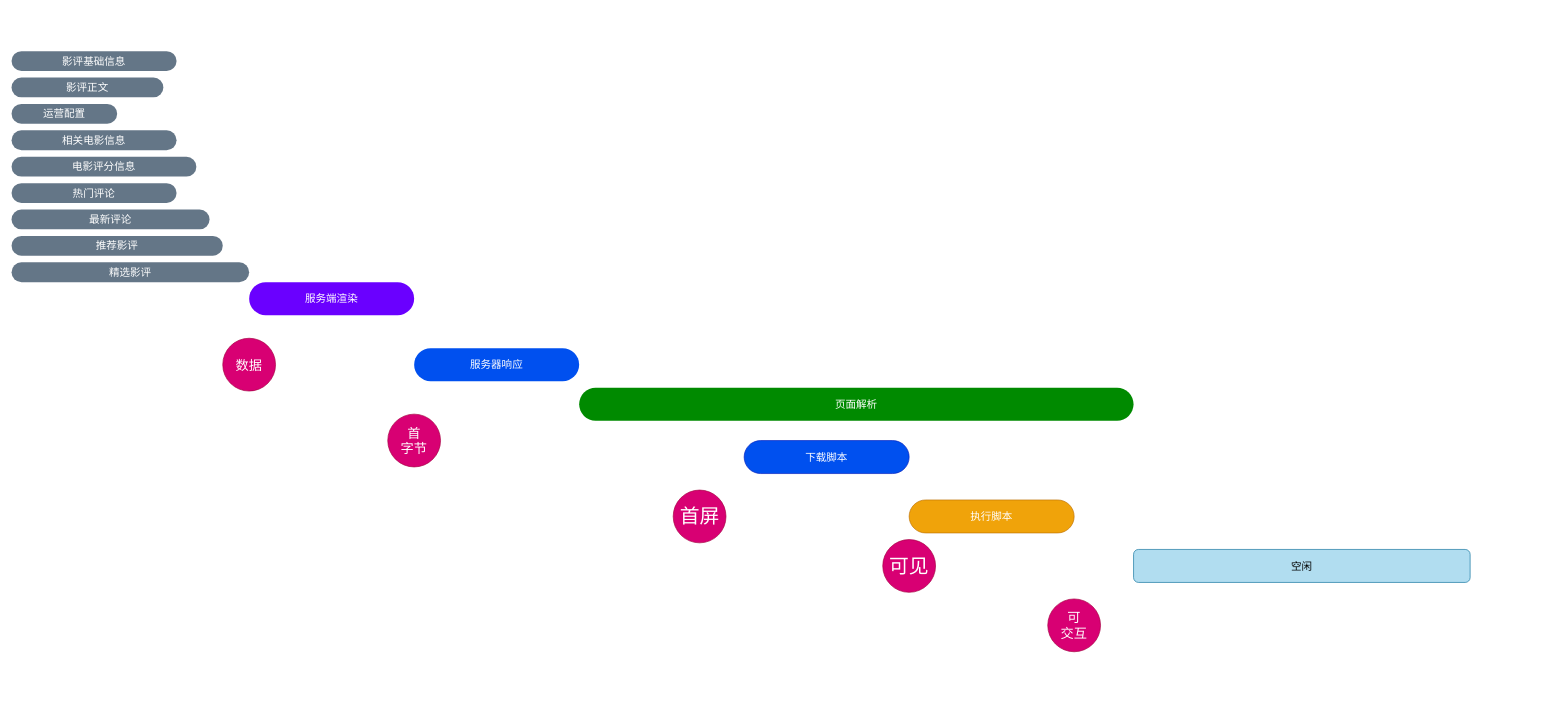
Before: fetch-pipeline.drawio in binggg/draw, a draw.io diagram. Source tidied: cells renumbered, new cells numbered last; positions are measured from the earlier drawing's top-left corner, leaving out a move shared by most shapes. Both pictures are drawn from the tidied source at 66%, with x=0, y=0 at pixel (11, 51).
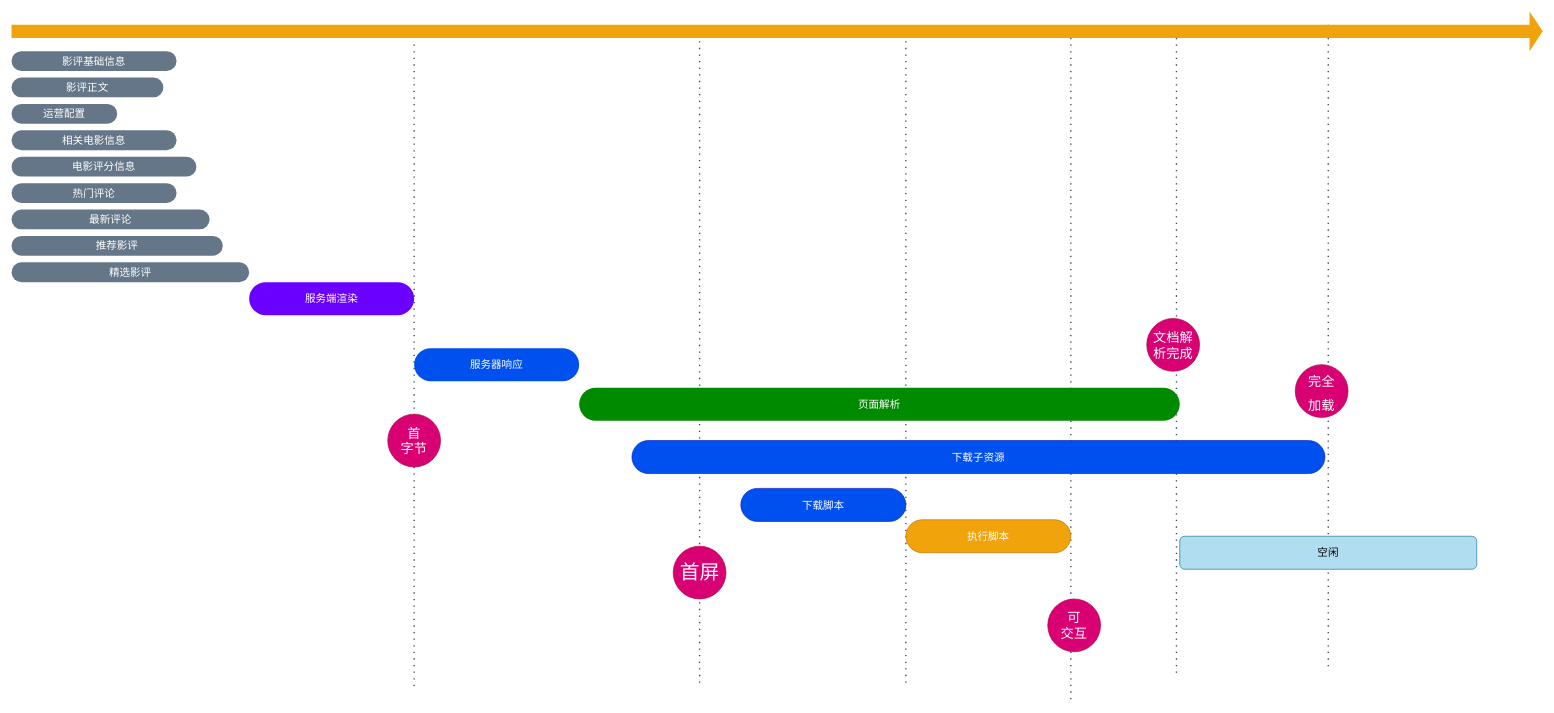
Above is the later version.

Change to the diagram source:
```diff
@@
+    <mxCell id="22" style="line;strokeWidth=2;direction=south;html=1;fontFamily=Verdana;fontSize=16;fontColor=#ffffff;fillColor=#647687;strokeColor=#314354;dashed=1;dashPattern=1 4;" parent="1" vertex="1">
+      <mxGeometry x="1760" y="-30" width="10" height="980" as="geometry" />
+    </mxCell>
+    <mxCell id="23" style="line;strokeWidth=2;direction=south;html=1;fontFamily=Verdana;fontSize=16;fontColor=#ffffff;fillColor=#647687;strokeColor=#314354;dashed=1;dashPattern=1 4;" parent="1" vertex="1">
+      <mxGeometry x="1990" y="-40" width="10" height="980" as="geometry" />
+    </mxCell>
+    <mxCell id="24" style="line;strokeWidth=2;direction=south;html=1;fontFamily=Verdana;fontSize=16;fontColor=#ffffff;fillColor=#647687;strokeColor=#314354;dashed=1;dashPattern=1 4;" parent="1" vertex="1">
+      <mxGeometry x="1600" y="-30" width="10" height="1015" as="geometry" />
+    </mxCell>
+    <mxCell id="25" style="line;strokeWidth=2;direction=south;html=1;fontFamily=Verdana;fontSize=16;fontColor=#ffffff;fillColor=#647687;strokeColor=#314354;dashed=1;dashPattern=1 4;" parent="1" vertex="1">
+      <mxGeometry x="1350" y="-15" width="10" height="980" as="geometry" />
+    </mxCell>
+    <mxCell id="26" style="line;strokeWidth=2;direction=south;html=1;fontFamily=Verdana;fontSize=16;fontColor=#ffffff;fillColor=#647687;strokeColor=#314354;dashed=1;dashPattern=1 4;" parent="1" vertex="1">
+      <mxGeometry x="1037.5" y="-15" width="10" height="980" as="geometry" />
+    </mxCell>
+    <mxCell id="27" style="line;strokeWidth=2;direction=south;html=1;fontFamily=Verdana;fontSize=16;fontColor=#ffffff;fillColor=#647687;strokeColor=#314354;dashed=1;dashPattern=1 4;" parent="1" vertex="1">
+      <mxGeometry x="605" y="-10" width="10" height="980" as="geometry" />
+    </mxCell>
@@
     <mxCell id="13" value="页面解析" style="rounded=1;whiteSpace=wrap;html=1;fillColor=#008a00;strokeColor=none;fontColor=#ffffff;arcSize=50;fontSize=16;" parent="1" vertex="1">
-      <mxGeometry x="860" y="510" width="840" height="50" as="geometry" />
+      <mxGeometry x="860" y="510" width="910" height="50" as="geometry" />
     </mxCell>
     <mxCell id="14" value="下载脚本" style="rounded=1;whiteSpace=wrap;html=1;fillColor=#0050ef;strokeColor=#001DBC;fontColor=#ffffff;arcSize=50;fontSize=16;" parent="1" vertex="1">
-      <mxGeometry x="1110" y="590" width="250" height="50" as="geometry" />
+      <mxGeometry x="1105" y="662.5" width="250" height="50" as="geometry" />
     </mxCell>
     <mxCell id="15" value="执行脚本" style="rounded=1;whiteSpace=wrap;html=1;fillColor=#f0a30a;strokeColor=#BD7000;fontColor=#ffffff;arcSize=50;fontSize=16;" parent="1" vertex="1">
-      <mxGeometry x="1360" y="680" width="250" height="50" as="geometry" />
+      <mxGeometry x="1355" y="710" width="250" height="50" as="geometry" />
     </mxCell>
     <mxCell id="16" value="空闲" style="rounded=1;whiteSpace=wrap;html=1;fillColor=#b1ddf0;strokeColor=#10739e;fontSize=16;" parent="1" vertex="1">
-      <mxGeometry x="1700" y="755" width="510" height="50" as="geometry" />
+      <mxGeometry x="1770" y="735" width="450" height="50" as="geometry" />
     </mxCell>
-    <mxCell id="17" value="数据" style="ellipse;whiteSpace=wrap;html=1;fontFamily=Verdana;fontSize=20;fontColor=#ffffff;fillColor=#d80073;strokeColor=#A50040;" parent="1" vertex="1">
-      <mxGeometry x="320" y="435" width="80" height="80" as="geometry" />
-    </mxCell>
-    <mxCell id="18" value="可见" style="ellipse;whiteSpace=wrap;html=1;fontFamily=Verdana;fontSize=30;fontColor=#ffffff;fillColor=#d80073;strokeColor=#A50040;" parent="1" vertex="1">
-      <mxGeometry x="1320" y="740" width="80" height="80" as="geometry" />
+    <mxCell id="18" value="&lt;font style=&quot;font-size: 20px&quot;&gt;完全&lt;br&gt;加载&lt;/font&gt;" style="ellipse;whiteSpace=wrap;html=1;fontFamily=Verdana;fontSize=30;fontColor=#ffffff;fillColor=#d80073;strokeColor=#A50040;" parent="1" vertex="1">
+      <mxGeometry x="1945" y="475" width="80" height="80" as="geometry" />
     </mxCell>
@@
     <mxCell id="20" value="首屏" style="ellipse;whiteSpace=wrap;html=1;fontFamily=Verdana;fontSize=30;fontColor=#ffffff;fillColor=#d80073;strokeColor=#A50040;" parent="1" vertex="1">
-      <mxGeometry x="1002.5" y="665" width="80" height="80" as="geometry" />
+      <mxGeometry x="1002.5" y="750" width="80" height="80" as="geometry" />
     </mxCell>
@@
+    <mxCell id="28" style="html=1;shadow=0;dashed=0;align=center;verticalAlign=middle;shape=mxgraph.arrows2.arrow;dy=0.67;dx=20;notch=0;fontFamily=Verdana;fontSize=16;fontColor=#ffffff;fillColor=#f0a30a;strokeColor=none;" parent="1" vertex="1">
+      <mxGeometry y="-60" width="2320" height="60" as="geometry" />
+    </mxCell>
+    <mxCell id="29" value="下载子资源" style="rounded=1;whiteSpace=wrap;html=1;fillColor=#0050ef;strokeColor=#001DBC;fontColor=#ffffff;arcSize=50;fontSize=16;" parent="1" vertex="1">
+      <mxGeometry x="940" y="590" width="1050" height="50" as="geometry" />
+    </mxCell>
+    <mxCell id="30" value="文档解析完成" style="ellipse;whiteSpace=wrap;html=1;fontFamily=Verdana;fontSize=20;fontColor=#ffffff;fillColor=#d80073;strokeColor=#A50040;" parent="1" vertex="1">
+      <mxGeometry x="1720" y="405" width="80" height="80" as="geometry" />
+    </mxCell>
```
